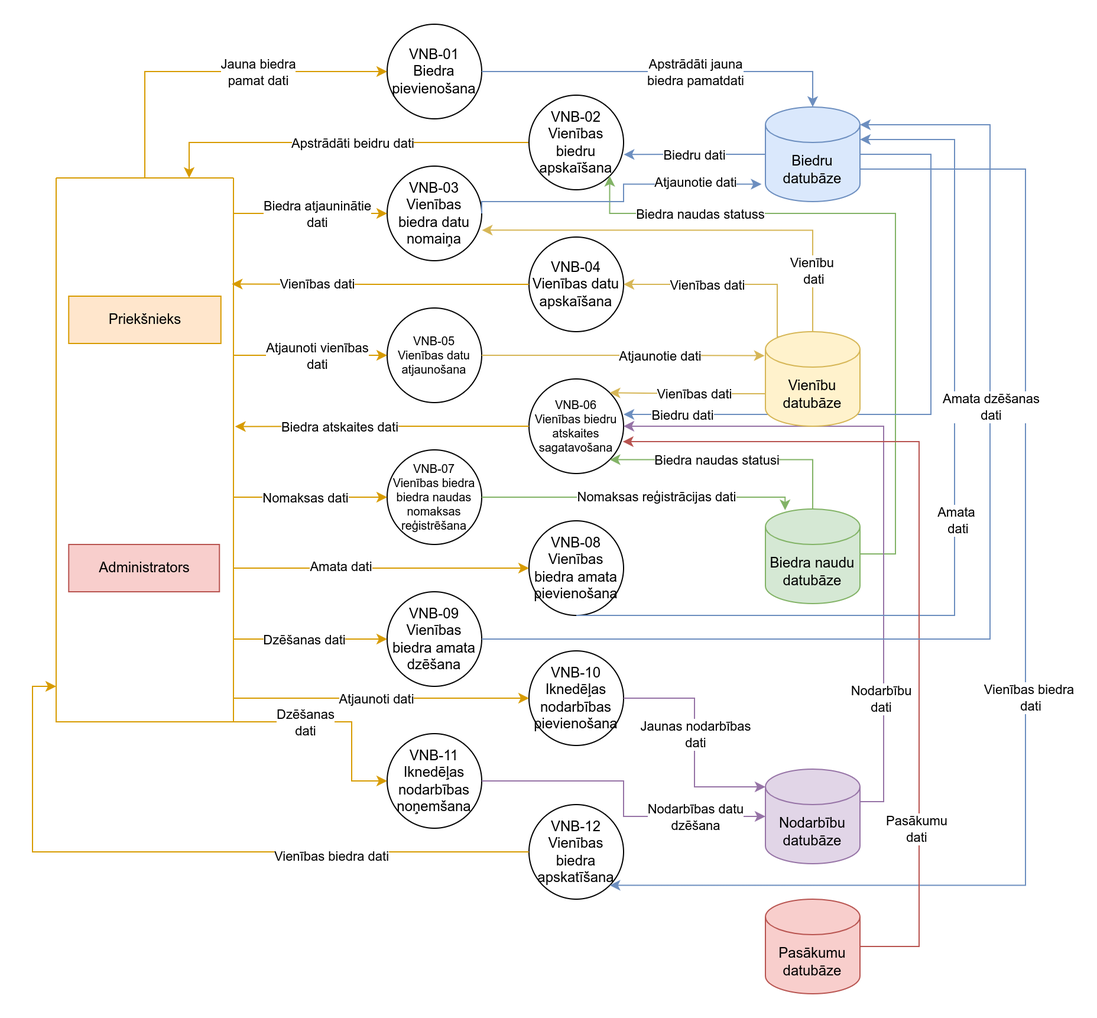
The draw.io diagram Documentation/2_limena_VNB_DPD.png in JekabsVanags/LSGCO_IS, before a commit. Source tidied: cells renumbered, new cells last; positions are measured from the earlier drawing's top-left corner, leaving out a move shared by most shapes.
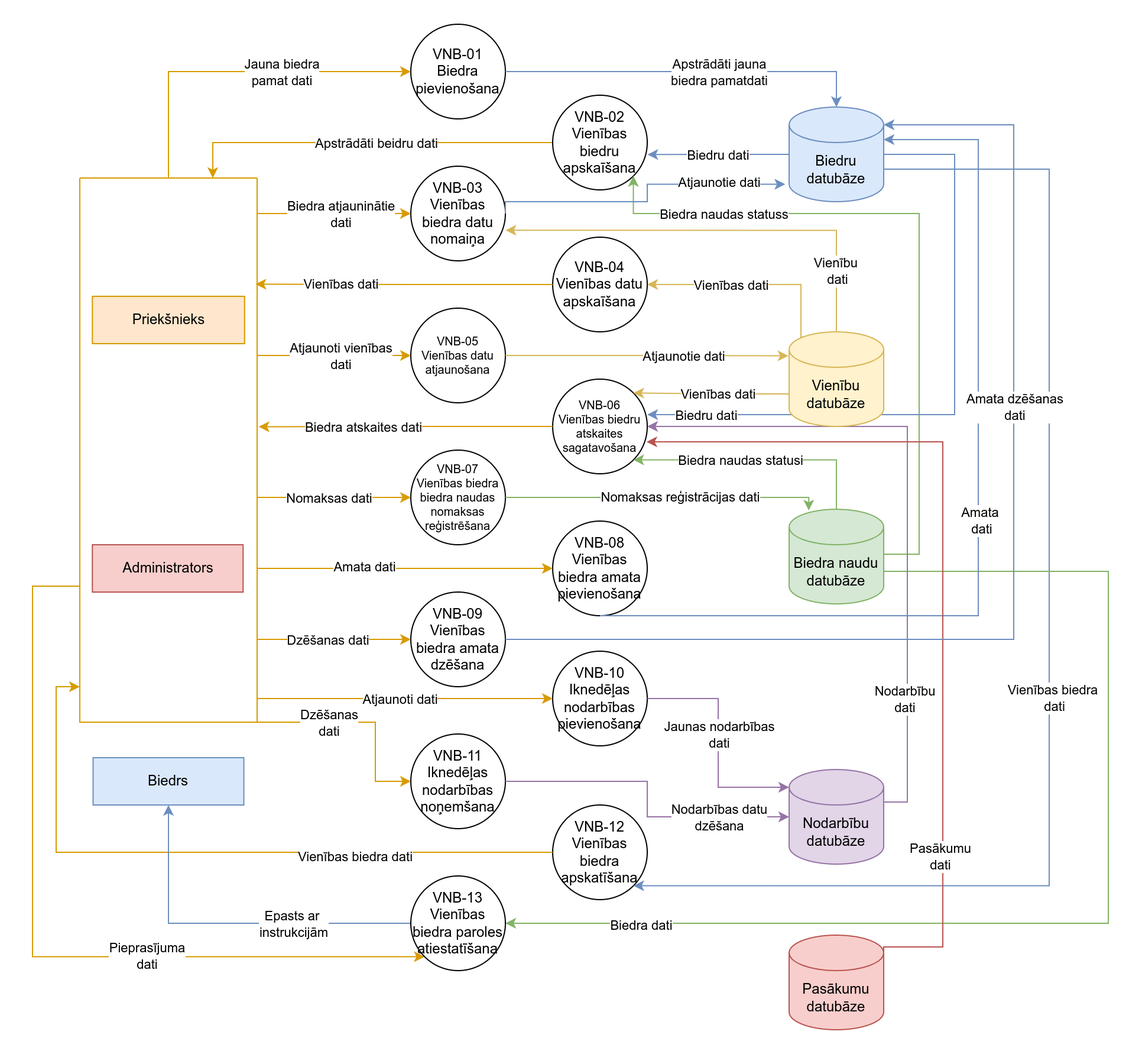
The same diagram one commit later.

Diff of the diagram source:
```diff
@@ -89,6 +89,17 @@
         <mxPoint x="42" y="1" as="offset" />
       </mxGeometry>
     </mxCell>
+    <mxCell id="82" style="edgeStyle=orthogonalEdgeStyle;rounded=0;jettySize=auto;html=1;exitX=1;exitY=0;exitDx=0;exitDy=52.5;exitPerimeter=0;entryX=1;entryY=0.5;entryDx=0;entryDy=0;fillColor=#d5e8d4;strokeColor=#82b366;" parent="1" edge="1" source="23" target="88">
+      <mxGeometry relative="1" as="geometry">
+        <Array as="points">
+          <mxPoint x="890" y="463" />
+          <mxPoint x="890" y="760" />
+        </Array>
+      </mxGeometry>
+    </mxCell>
+    <mxCell id="83" value="Biedra dati" style="edgeLabel;html=1;align=center;verticalAlign=middle;" parent="82" vertex="1">
+      <mxGeometry x="0.77" y="1" relative="1" as="geometry" />
+    </mxCell>
     <mxCell id="23" value="Biedra naudu datubāze" style="shape=cylinder3;whiteSpace=wrap;html=1;boundedLbl=1;backgroundOutline=1;size=15;fillColor=#d5e8d4;strokeColor=#82b366;fontColor=#000000;" parent="1" vertex="1">
       <mxGeometry x="620" y="410" width="80" height="80" as="geometry" />
     </mxCell>
@@ -217,6 +228,17 @@
     <mxCell id="46" value="Amata dati" style="edgeLabel;html=1;align=center;verticalAlign=middle;" parent="45" vertex="1">
       <mxGeometry x="-0.21" y="2" relative="1" as="geometry" />
     </mxCell>
+    <mxCell id="84" style="edgeStyle=orthogonalEdgeStyle;rounded=0;jettySize=auto;html=1;exitX=0;exitY=0.75;exitDx=0;exitDy=0;entryX=0;entryY=1;entryDx=0;entryDy=0;fillColor=#ffe6cc;strokeColor=#d79b00;" parent="1" edge="1" source="47" target="88">
+      <mxGeometry relative="1" as="geometry">
+        <Array as="points">
+          <mxPoint x="-20" y="475" />
+          <mxPoint x="-20" y="788" />
+        </Array>
+      </mxGeometry>
+    </mxCell>
+    <mxCell id="85" value="Pieprasījuma&lt;br&gt;dati" style="edgeLabel;html=1;align=center;verticalAlign=middle;" parent="84" vertex="1">
+      <mxGeometry x="0.31" y="1" relative="1" as="geometry" />
+    </mxCell>
     <mxCell id="47" style="swimlane;startSize=0;fillColor=#ffe6cc;strokeColor=#d79b00;" parent="1" vertex="1">
       <mxGeometry x="20" y="130" width="150" height="460" as="geometry" />
     </mxCell>
@@ -338,7 +360,7 @@
       <mxGeometry y="-2" relative="1" as="geometry" />
     </mxCell>
     <mxCell id="74" value="Pasākumu datubāze" style="shape=cylinder3;whiteSpace=wrap;html=1;boundedLbl=1;backgroundOutline=1;size=15;fillColor=#f8cecc;strokeColor=#b85450;fontColor=#000000;" parent="1" vertex="1">
-      <mxGeometry x="620" y="740" width="80" height="80" as="geometry" />
+      <mxGeometry x="620" y="770" width="80" height="80" as="geometry" />
     </mxCell>
     <mxCell id="75" value="Vienību datubāze" style="shape=cylinder3;whiteSpace=wrap;html=1;boundedLbl=1;backgroundOutline=1;size=15;fillColor=#fff2cc;strokeColor=#d6b656;fontColor=#000000;" parent="1" vertex="1">
       <mxGeometry x="620" y="260" width="80" height="80" as="geometry" />
@@ -380,5 +402,19 @@
     <mxCell id="81" value="Vienības biedra dati" style="edgeLabel;html=1;align=center;verticalAlign=middle;" parent="80" vertex="1">
       <mxGeometry x="-0.42" y="3" relative="1" as="geometry" />
     </mxCell>
+    <mxCell id="86" style="edgeStyle=orthogonalEdgeStyle;rounded=0;jettySize=auto;html=1;exitX=0;exitY=0.5;exitDx=0;exitDy=0;entryX=0.5;entryY=1;entryDx=0;entryDy=0;fillColor=#dae8fc;strokeColor=#6c8ebf;" parent="1" edge="1" source="88" target="89">
+      <mxGeometry relative="1" as="geometry" />
+    </mxCell>
+    <mxCell id="87" value="Epasts ar&amp;nbsp;&lt;br&gt;instrukcijām" style="edgeLabel;html=1;align=center;verticalAlign=middle;" parent="86" vertex="1">
+      <mxGeometry x="-0.07" y="-2" relative="1" as="geometry">
+        <mxPoint x="42" y="2" as="offset" />
+      </mxGeometry>
+    </mxCell>
+    <mxCell id="88" value="VNB-13&lt;br&gt;&lt;span style=&quot;background-color: initial;&quot;&gt;Vienības biedra paroles atiestatīšana&lt;/span&gt;" style="ellipse;whiteSpace=wrap;html=1;" parent="1" vertex="1">
+      <mxGeometry x="300" y="720" width="80" height="80" as="geometry" />
+    </mxCell>
+    <mxCell id="89" value="Biedrs" style="rounded=0;whiteSpace=wrap;html=1;fillColor=#dae8fc;strokeColor=#6c8ebf;" parent="1" vertex="1">
+      <mxGeometry x="31.2" y="620" width="127.5" height="40" as="geometry" />
+    </mxCell>
   </root>
 </mxGraphModel>
```
